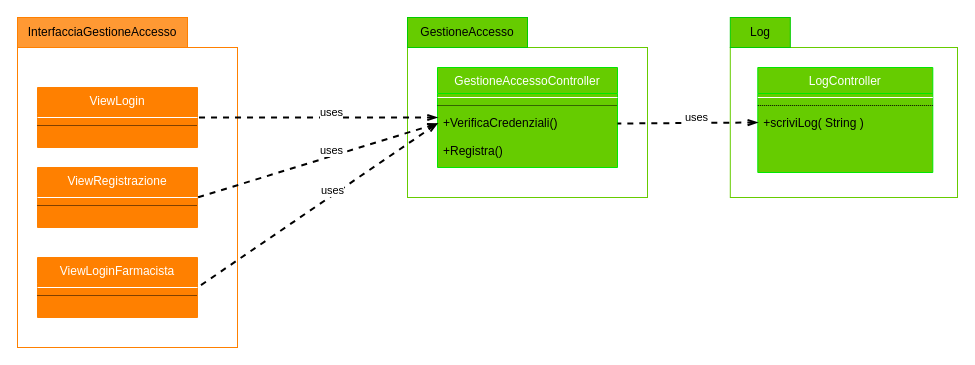
lnwor/farmabyte-doc keeps this draw.io diagram as page "Gestione Accesso" (4 of 4) of drawio/Diagrammi.drawio. Above is the earlier version. Source tidied: cells renumbered, new cells numbered last; positions are measured from the earlier drawing's top-left corner, leaving out a move shared by most shapes. Both pictures are drawn from the tidied source at 100%, with x=0, y=0 at pixel (17, 17).
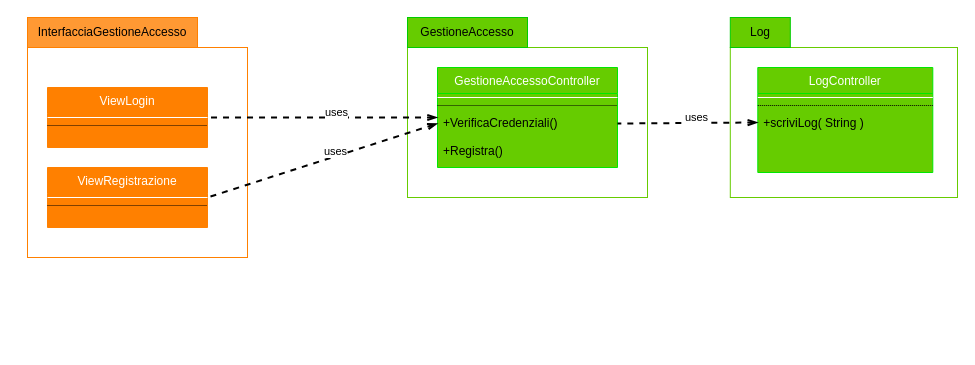
The same page after the edit.

Unchanged cells that the change refers to:
```xml
<mxCell id="12" value="+VerificaCredenziali()" style="text;align=left;verticalAlign=top;spacingLeft=4;spacingRight=4;overflow=hidden;points=[[0,0.5],[1,0.5]];portConstraint=eastwest;" parent="9" vertex="1">
  <mxGeometry y="42" width="180" height="28" as="geometry" />
</mxCell>
```

The edit, as a diff of the source:
```diff
@@
     <mxCell id="4" style="rounded=0;whiteSpace=wrap;html=1;strokeColor=#FF8000;" parent="1" vertex="1">
-      <mxGeometry y="30" width="220" height="300" as="geometry" />
+      <mxGeometry x="10" y="30" width="220" height="210" as="geometry" />
     </mxCell>
     <mxCell id="5" value="InterfacciaGestioneAccesso" style="rounded=0;whiteSpace=wrap;html=1;gradientColor=none;strokeColor=#FF8000;fillColor=#FF9933;" parent="1" vertex="1">
-      <mxGeometry width="170" height="30" as="geometry" />
+      <mxGeometry x="10" width="170" height="30" as="geometry" />
     </mxCell>
     <mxCell id="6" value="ViewLogin" style="swimlane;fontStyle=0;align=center;verticalAlign=top;horizontal=1;startSize=26;rounded=0;shadow=0;strokeWidth=1;fontColor=#ffffff;swimlaneFillColor=#FF8000;strokeColor=#FF8000;fillColor=#FF8000;" parent="1" vertex="1">
-      <mxGeometry x="20" y="70" width="160" height="60" as="geometry" />
+      <mxGeometry x="30" y="70" width="160" height="60" as="geometry" />
     </mxCell>
@@
     <mxCell id="16" value="ViewRegistrazione" style="swimlane;fontStyle=0;align=center;verticalAlign=top;horizontal=1;startSize=26;rounded=0;shadow=0;strokeWidth=1;fontColor=#ffffff;swimlaneFillColor=#FF8000;strokeColor=#FF8000;fillColor=#FF8000;" parent="1" vertex="1">
-      <mxGeometry x="20" y="150" width="160" height="60" as="geometry" />
+      <mxGeometry x="30" y="150" width="160" height="60" as="geometry" />
     </mxCell>
@@
-    <mxCell id="29" value="ViewLoginFarmacista" style="swimlane;fontStyle=0;align=center;verticalAlign=top;horizontal=1;startSize=26;rounded=0;shadow=0;strokeWidth=1;fontColor=#ffffff;swimlaneFillColor=#FF8000;strokeColor=#FF8000;fillColor=#FF8000;" parent="1" vertex="1">
-      <mxGeometry x="20" y="240" width="160" height="60" as="geometry" />
-    </mxCell>
-    <mxCell id="30" style="line;html=1;strokeWidth=1;align=left;verticalAlign=middle;spacingTop=-1;spacingLeft=3;spacingRight=3;labelPosition=right;strokeColor=#FFFFFF;" parent="29" vertex="1">
-      <mxGeometry y="26" width="160" height="8" as="geometry" />
-    </mxCell>
-    <mxCell id="31" style="line;html=1;strokeWidth=1;align=left;verticalAlign=middle;spacingTop=-1;spacingLeft=3;spacingRight=3;labelPosition=right;dashed=1;dashPattern=1 1;" parent="29" vertex="1">
-      <mxGeometry y="34" width="160" height="8" as="geometry" />
-    </mxCell>
-    <mxCell id="32" style="endArrow=none;dashed=1;html=1;strokeWidth=2;startArrow=openThin;startFill=0;entryX=1;entryY=0.5;entryDx=0;entryDy=0;exitX=0;exitY=0.5;exitDx=0;exitDy=0;" parent="1" edge="1" source="12" target="29">
-      <mxGeometry relative="1" as="geometry" />
-    </mxCell>
-    <mxCell id="33" value="uses" style="edgeLabel;html=1;align=center;verticalAlign=middle;" parent="32" vertex="1">
-      <mxGeometry x="-0.11" y="1" relative="1" as="geometry">
-        <mxPoint y="-7" as="offset" />
-      </mxGeometry>
-    </mxCell>
```
